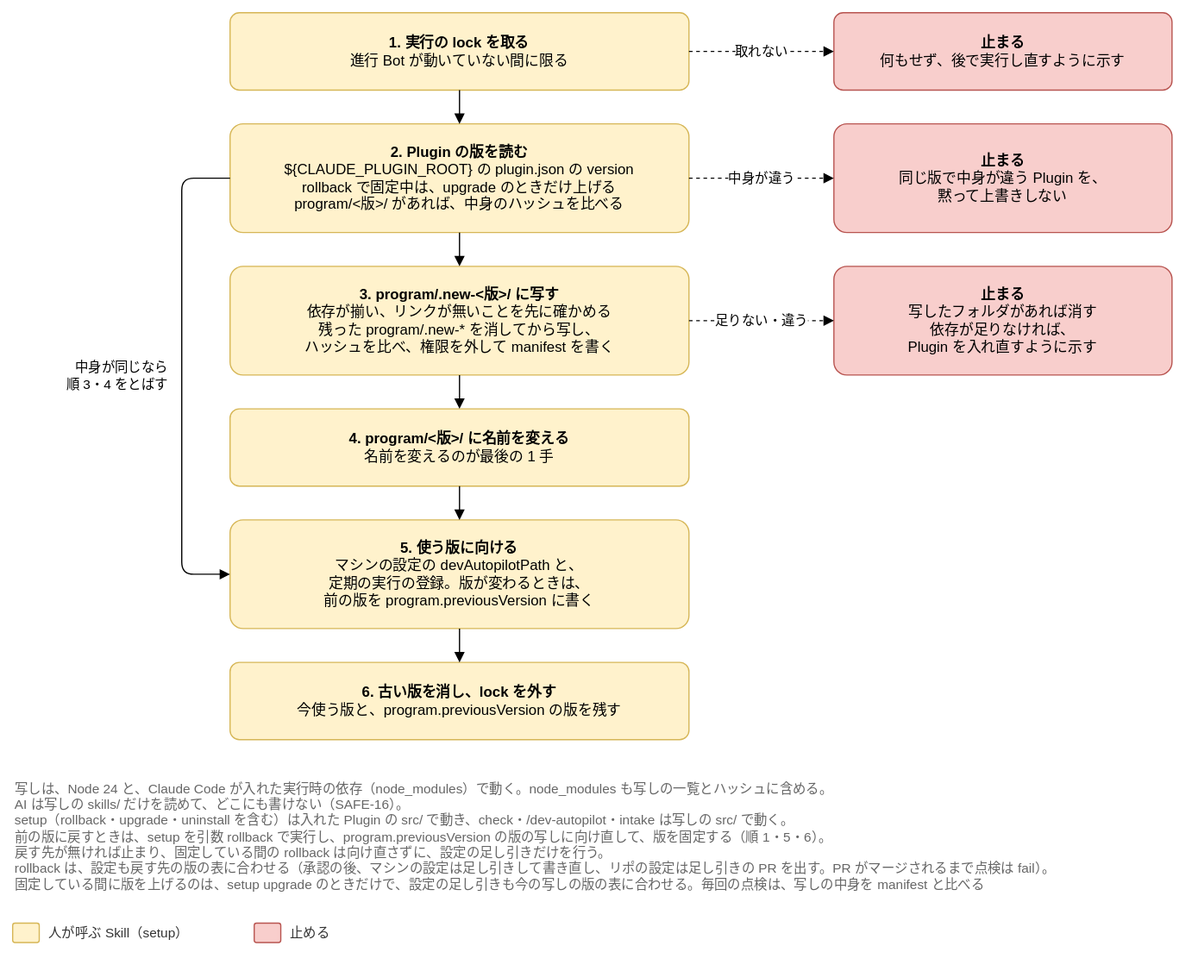
This is docs/design/basic/diagrams/04-program-copy.drawio.svg from Joymerrevent/dev-autopilot, a draw.io export, as it was before one commit. Source tidied: cells renumbered, new cells last; positions are measured from the earlier drawing's top-left corner, leaving out a move shared by most shapes.
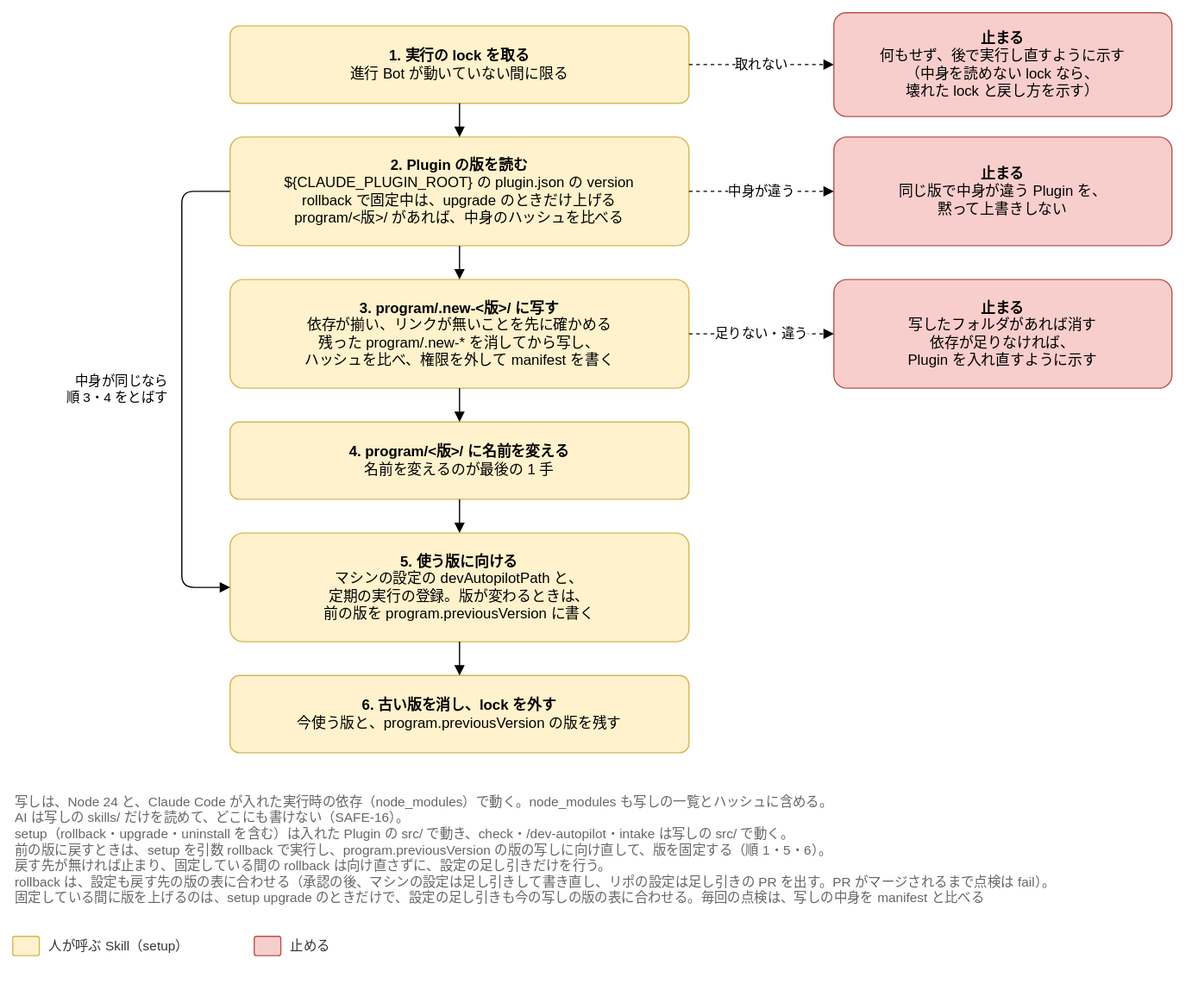
Above is the later version.

Commit message:
docs(design): 基本設計の導入と点検（04）の図 04-program-copy に、読めない lock で示すことを足す

再レビュー（2026-11-11）の M-13 の直しに合わせて、プログラムの写しの順 1 の「止まる」の箱 q1 に、
中身を読めない lock なら壊れた lock と戻し方を示すことを足す（表を直したので同じ節の図もそろえる）。

Claude-Session: https://claude.ai/code/session_01LvmXQN14Y95msvojZ6hWNP

Change to the diagram source:
```diff
@@ -35,8 +35,8 @@
     <mxCell id="12" style="edgeStyle=orthogonalEdgeStyle;rounded=1;html=1;endArrow=block;endFill=1;fontSize=11;labelBackgroundColor=#ffffff;exitX=0.5;exitY=1;exitDx=0;exitDy=0;entryX=0.5;entryY=0;entryDx=0;entryDy=0;" parent="1" edge="1" source="6" target="7">
       <mxGeometry relative="1" as="geometry" />
     </mxCell>
-    <mxCell id="13" value="&lt;b&gt;止まる&lt;/b&gt;&lt;br&gt;何もせず、後で実行し直すように示す" style="rounded=1;whiteSpace=wrap;html=1;fontSize=12;arcSize=12;spacing=12;fillColor=#f8cecc;strokeColor=#b85450;" parent="1" vertex="1">
-      <mxGeometry x="680" width="280" height="64" as="geometry" />
+    <mxCell id="13" value="&lt;b&gt;止まる&lt;/b&gt;&lt;br&gt;何もせず、後で実行し直すように示す&lt;br&gt;（中身を読めない lock なら、&lt;br&gt;壊れた lock と戻し方を示す）" style="rounded=1;whiteSpace=wrap;html=1;fontSize=12;arcSize=12;spacing=12;fillColor=#f8cecc;strokeColor=#b85450;" parent="1" vertex="1">
+      <mxGeometry x="680" y="-11" width="280" height="86" as="geometry" />
     </mxCell>
     <mxCell id="14" value="&lt;b&gt;止まる&lt;/b&gt;&lt;br&gt;同じ版で中身が違う Plugin を、&lt;br&gt;黙って上書きしない" style="rounded=1;whiteSpace=wrap;html=1;fontSize=12;arcSize=12;spacing=12;fillColor=#f8cecc;strokeColor=#b85450;" parent="1" vertex="1">
       <mxGeometry x="680" y="92" width="280" height="90" as="geometry" />
```
